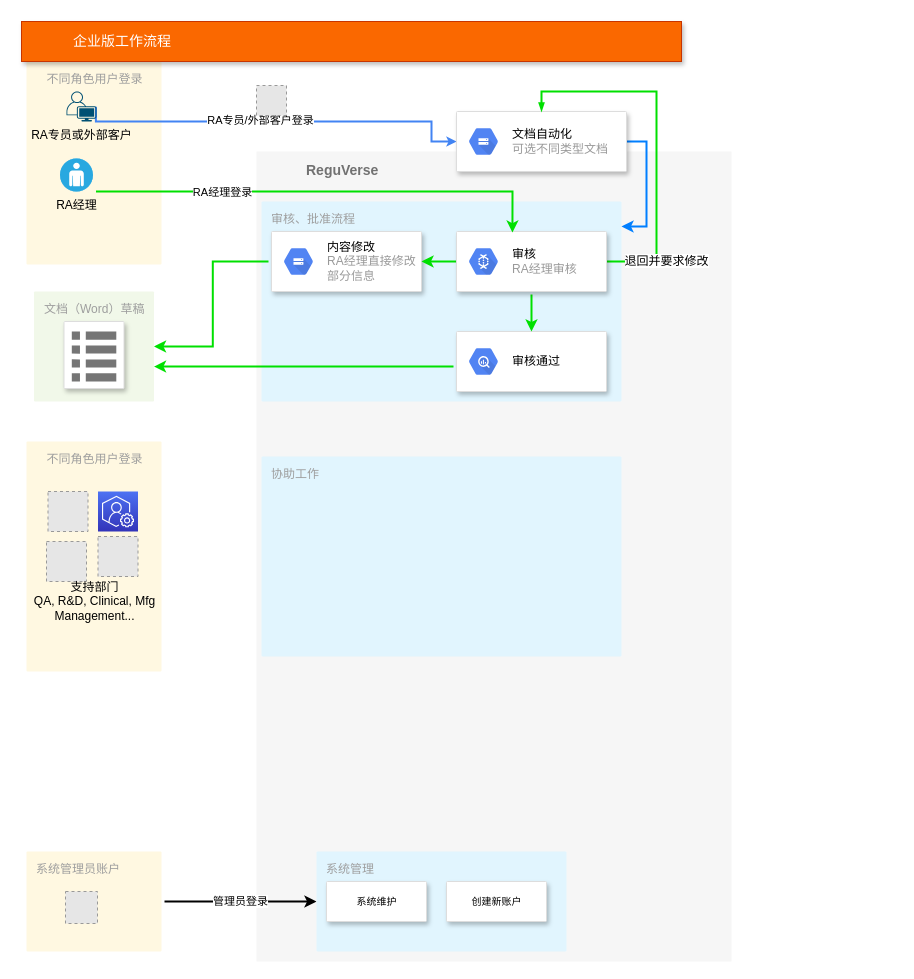
The draw.io diagram page "企业版" (4 of 4) of ReguVerse.drawio in RASAAS/ReguVerse, before the edit. Source tidied: cells renumbered, new cells numbered last; positions are measured from the earlier drawing's top-left corner, leaving out a move shared by most shapes. Both pictures are drawn from the tidied source at 100%, with x=0, y=0 at pixel (21, 21). Pictures stored in the file or linked from it are replaced by grey dashed boxes.
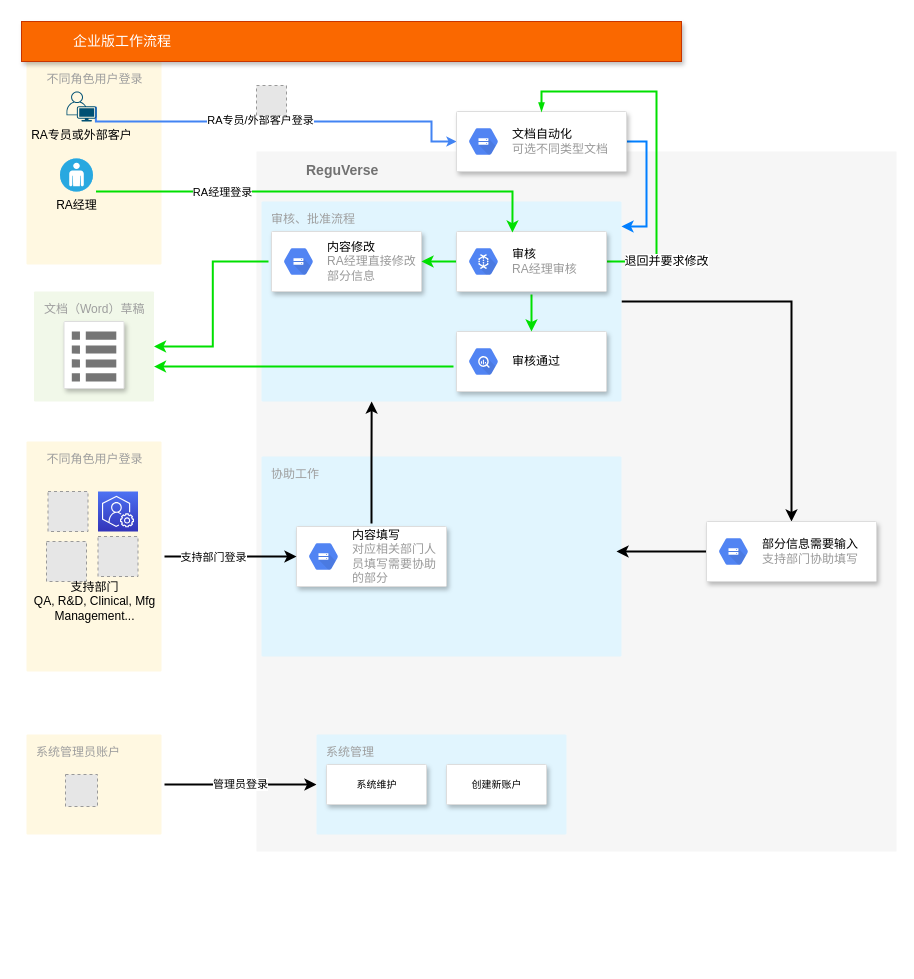
The same page after the edit.

The change refers to these unchanged cells:
```xml
<mxCell id="3" value="审核、批准流程" style="rounded=1;absoluteArcSize=1;arcSize=2;html=1;strokeColor=none;gradientColor=none;shadow=0;dashed=0;strokeColor=none;fontSize=12;fontColor=#9E9E9E;align=left;verticalAlign=top;spacing=10;spacingTop=-4;fillColor=#E1F5FE;" parent="1" vertex="1">
  <mxGeometry x="240" y="180" width="360" height="200" as="geometry" />
</mxCell>
<mxCell id="36" value="不同角色用户登录" style="rounded=1;absoluteArcSize=1;arcSize=2;html=1;strokeColor=none;gradientColor=none;shadow=0;dashed=0;strokeColor=none;fontSize=12;fontColor=#9E9E9E;align=center;verticalAlign=top;spacing=10;spacingTop=-4;fillColor=#FFF8E1;" parent="1" vertex="1">
  <mxGeometry x="5" y="420" width="135" height="230" as="geometry" />
</mxCell>
```

What changed in the source:
```diff
@@
     <mxCell id="2" value="&lt;b&gt;ReguVerse&lt;/b&gt;" style="fillColor=#F6F6F6;strokeColor=none;shadow=0;gradientColor=none;fontSize=14;align=left;spacing=10;fontColor=#717171;9E9E9E;verticalAlign=top;spacingTop=-4;fontStyle=0;spacingLeft=40;html=1;" parent="1" vertex="1">
-      <mxGeometry x="235" y="130" width="475" height="810" as="geometry" />
+      <mxGeometry x="235" y="130" width="640" height="700" as="geometry" />
     </mxCell>
+    <mxCell id="43" style="edgeStyle=orthogonalEdgeStyle;rounded=0;jettySize=auto;html=1;exitX=1;exitY=0.5;exitDx=0;exitDy=0;entryX=0.5;entryY=0;entryDx=0;entryDy=0;labelBackgroundColor=#FFFFFF;fontColor=#000000;startArrow=none;startFill=0;endArrow=classic;endFill=1;sourcePerimeterSpacing=3;targetPerimeterSpacing=3;strokeColor=#000000;strokeWidth=2;" parent="1" edge="1" source="3" target="45">
+      <mxGeometry relative="1" as="geometry" />
+    </mxCell>
@@
     <mxCell id="6" value="系统管理员账户" style="rounded=1;absoluteArcSize=1;arcSize=2;html=1;strokeColor=none;gradientColor=none;shadow=0;dashed=0;strokeColor=none;fontSize=12;fontColor=#9E9E9E;align=left;verticalAlign=top;spacing=10;spacingTop=-4;fillColor=#FFF8E1;" parent="1" vertex="1">
-      <mxGeometry x="5" y="830" width="135" height="100" as="geometry" />
+      <mxGeometry x="5" y="713" width="135" height="100" as="geometry" />
     </mxCell>
@@
     <mxCell id="32" style="fillColor=#E6E6E6;strokeColor=#999999;dashed=1;html=1;verticalAlign=top;verticalLabelPosition=bottom;labelBackgroundColor=#ffffff;" parent="1" vertex="1">
-      <mxGeometry x="44" y="870" width="32" height="32" as="geometry" />
+      <mxGeometry x="44" y="753" width="32" height="32" as="geometry" />
     </mxCell>
     <mxCell id="33" value="系统管理" style="rounded=1;absoluteArcSize=1;arcSize=2;html=1;strokeColor=none;gradientColor=none;shadow=0;dashed=0;strokeColor=none;fontSize=12;fontColor=#9E9E9E;align=left;verticalAlign=top;spacing=10;spacingTop=-4;fillColor=#E1F5FE;" parent="1" vertex="1">
-      <mxGeometry x="295" y="830" width="250" height="100" as="geometry" />
+      <mxGeometry x="295" y="713" width="250" height="100" as="geometry" />
     </mxCell>
     <mxCell id="34" value="系统维护" style="strokeColor=#dddddd;fillColor=#ffffff;shadow=1;strokeWidth=1;rounded=1;absoluteArcSize=1;arcSize=2;fontSize=10;fontColor=#000000;align=center;html=1;" parent="1" vertex="1">
-      <mxGeometry x="305" y="860" width="100" height="40" as="geometry" />
+      <mxGeometry x="305" y="743" width="100" height="40" as="geometry" />
     </mxCell>
     <mxCell id="35" value="创建新账户" style="strokeColor=#dddddd;fillColor=#ffffff;shadow=1;strokeWidth=1;rounded=1;absoluteArcSize=1;arcSize=2;fontSize=10;fontColor=#000000;align=center;html=1;" parent="1" vertex="1">
-      <mxGeometry x="425" y="860" width="100" height="40" as="geometry" />
+      <mxGeometry x="425" y="743" width="100" height="40" as="geometry" />
     </mxCell>
@@
+    <mxCell id="44" style="edgeStyle=orthogonalEdgeStyle;rounded=0;jettySize=auto;html=1;labelBackgroundColor=#FFFFFF;fontColor=#000000;startArrow=none;startFill=0;endArrow=classic;endFill=1;sourcePerimeterSpacing=3;targetPerimeterSpacing=3;strokeColor=#000000;strokeWidth=2;exitX=0;exitY=0.5;exitDx=0;exitDy=0;" parent="1" edge="1" source="45">
+      <mxGeometry relative="1" as="geometry">
+        <mxPoint x="595" y="530" as="targetPoint" />
+      </mxGeometry>
+    </mxCell>
+    <mxCell id="45" style="strokeColor=#dddddd;fillColor=#ffffff;shadow=1;strokeWidth=1;rounded=1;absoluteArcSize=1;arcSize=2;fontSize=10;fontColor=#9E9E9E;align=center;html=1;" parent="1" vertex="1">
+      <mxGeometry x="685" y="500" width="170" height="60" as="geometry" />
+    </mxCell>
+    <mxCell id="46" value="&lt;font color=&quot;#000000&quot;&gt;部分信息需要输入&lt;/font&gt;&lt;br&gt;支持部门协助填写" style="dashed=0;html=1;fillColor=#5184F3;strokeColor=none;shape=mxgraph.gcp2.hexIcon;prIcon=cloud_storage;labelPosition=right;verticalLabelPosition=middle;align=left;verticalAlign=middle;spacingLeft=5;fontColor=#999999;fontSize=12;" parent="45" vertex="1">
+      <mxGeometry y="0.5" width="44" height="39" relative="1" as="geometry">
+        <mxPoint x="5" y="-19.5" as="offset" />
+      </mxGeometry>
+    </mxCell>
+    <mxCell id="47" style="edgeStyle=orthogonalEdgeStyle;rounded=0;jettySize=auto;html=1;entryX=0.306;entryY=1;entryDx=0;entryDy=0;entryPerimeter=0;labelBackgroundColor=#FFFFFF;fontColor=#000000;startArrow=none;startFill=0;endArrow=classic;endFill=1;sourcePerimeterSpacing=3;targetPerimeterSpacing=3;strokeColor=#000000;strokeWidth=2;" parent="1" edge="1" source="48" target="3">
+      <mxGeometry relative="1" as="geometry" />
+    </mxCell>
+    <mxCell id="48" style="strokeColor=#dddddd;fillColor=#ffffff;shadow=1;strokeWidth=1;rounded=1;absoluteArcSize=1;arcSize=2;fontSize=10;fontColor=#9E9E9E;align=center;html=1;" parent="1" vertex="1">
+      <mxGeometry x="275" y="505" width="150" height="60" as="geometry" />
+    </mxCell>
+    <mxCell id="49" value="&lt;font color=&quot;#000000&quot;&gt;内容填写&lt;/font&gt;&lt;br&gt;对应相关部门人&lt;br&gt;员填写需要协助&lt;br&gt;的部分" style="dashed=0;html=1;fillColor=#5184F3;strokeColor=none;shape=mxgraph.gcp2.hexIcon;prIcon=cloud_storage;labelPosition=right;verticalLabelPosition=middle;align=left;verticalAlign=middle;spacingLeft=5;fontColor=#999999;fontSize=12;" parent="48" vertex="1">
+      <mxGeometry y="0.5" width="44" height="39" relative="1" as="geometry">
+        <mxPoint x="5" y="-19.5" as="offset" />
+      </mxGeometry>
+    </mxCell>
+    <mxCell id="50" style="edgeStyle=orthogonalEdgeStyle;rounded=0;jettySize=auto;html=1;entryX=0;entryY=0.5;entryDx=0;entryDy=0;labelBackgroundColor=#FFFFFF;fontColor=#000000;startArrow=none;startFill=0;endArrow=classic;endFill=1;sourcePerimeterSpacing=3;targetPerimeterSpacing=3;strokeColor=#000000;strokeWidth=2;" parent="1" edge="1" source="36" target="48">
+      <mxGeometry relative="1" as="geometry" />
+    </mxCell>
+    <mxCell id="51" value="支持部门登录" style="edgeLabel;html=1;align=center;verticalAlign=middle;fontColor=#000000;" parent="50" vertex="1">
+      <mxGeometry x="-0.27" relative="1" as="geometry" />
+    </mxCell>
```
